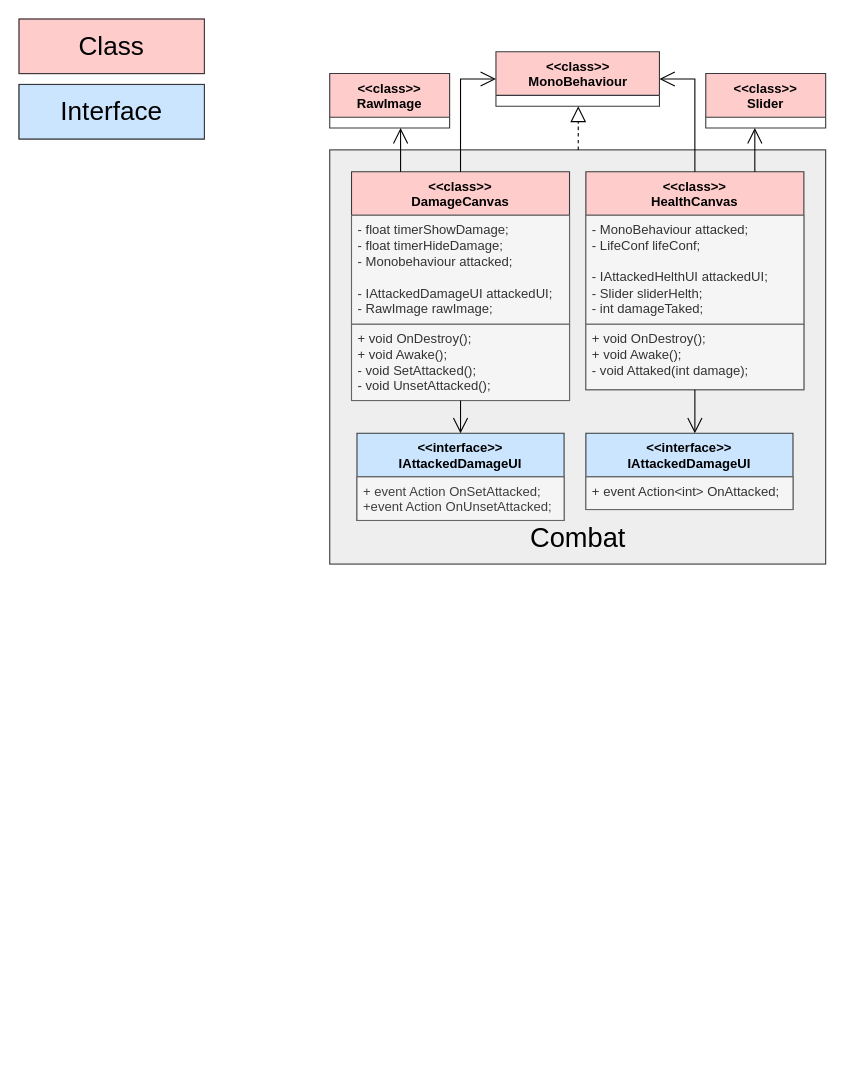
Before: doc/Class_Diagram_UI.drawio in OGecgo/TheCatCult, a draw.io diagram. Source tidied: cells renumbered, new cells numbered last; positions are measured from the earlier drawing's top-left corner, leaving out a move shared by most shapes. Both pictures are drawn from the tidied source at 109%, with x=0, y=0 at pixel (19, 19).
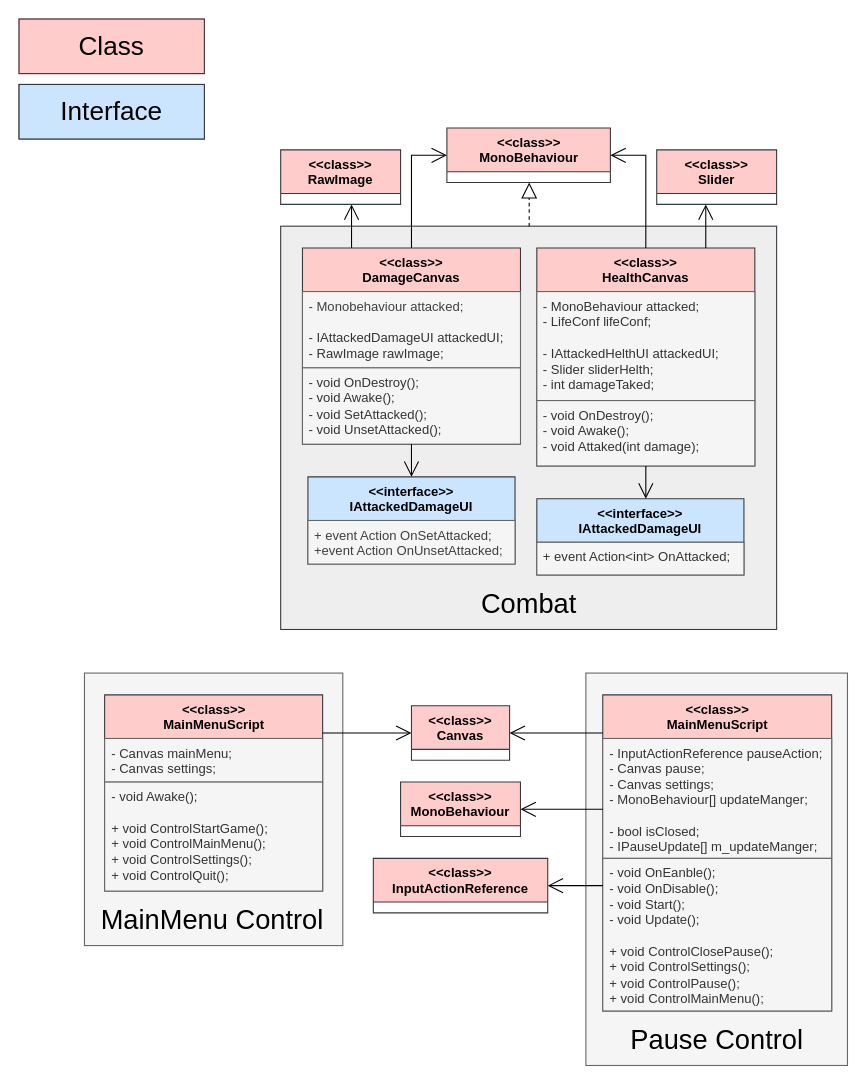
After the change.

Change to the diagram source:
```diff
@@
-    <mxCell id="2" style="rounded=0;whiteSpace=wrap;html=1;fillColor=#eeeeee;strokeColor=#36393d;" parent="1" vertex="1">
-      <mxGeometry x="285" y="120" width="455" height="380" as="geometry" />
-    </mxCell>
-    <mxCell id="3" value="&lt;div&gt;&amp;lt;&amp;lt;class&amp;gt;&amp;gt;&lt;/div&gt;&lt;div&gt;DamageCanvas&lt;/div&gt;" style="swimlane;fontStyle=1;align=center;verticalAlign=top;horizontal=1;startSize=40;whiteSpace=wrap;html=1;fillColor=#ffcccc;strokeColor=#36393d;" parent="1" vertex="1">
-      <mxGeometry x="305" y="140" width="200" height="210" as="geometry" />
-    </mxCell>
-    <mxCell id="4" value="&lt;div&gt;&lt;div&gt;- float timerShowDamage;&lt;/div&gt;&lt;/div&gt;&lt;div&gt;- float timerHideDamage;&lt;/div&gt;&lt;div&gt;- Monobehaviour attacked;&lt;/div&gt;&lt;div&gt;&lt;br&gt;&lt;/div&gt;&lt;div&gt;- IAttackedDamageUI attackedUI;&lt;/div&gt;&lt;div&gt;- RawImage rawImage;&lt;/div&gt;" style="text;align=left;verticalAlign=top;spacingLeft=4;spacingRight=4;overflow=hidden;whiteSpace=wrap;html=1;fillColor=#f5f5f5;fontColor=#333333;strokeColor=#666666;" parent="3" vertex="1">
-      <mxGeometry y="40" width="200" height="100" as="geometry" />
-    </mxCell>
-    <mxCell id="5" value="&lt;div&gt;&lt;div&gt;+ void OnDestroy();&lt;/div&gt;&lt;/div&gt;&lt;div&gt;+ void Awake();&lt;/div&gt;&lt;div&gt;- void SetAttacked();&lt;/div&gt;&lt;div&gt;- void UnsetAttacked();&lt;/div&gt;" style="text;align=left;verticalAlign=top;spacingLeft=4;spacingRight=4;overflow=hidden;whiteSpace=wrap;html=1;fillColor=#f5f5f5;fontColor=#333333;strokeColor=#666666;" parent="3" vertex="1">
-      <mxGeometry y="140" width="200" height="70" as="geometry" />
-    </mxCell>
@@
+    <mxCell id="30" style="group;" parent="1" vertex="1">
+      <mxGeometry x="240" y="100" width="455" height="460" as="geometry" />
+    </mxCell>
+    <mxCell id="2" style="rounded=0;whiteSpace=wrap;html=1;fillColor=#eeeeee;strokeColor=#36393d;" parent="30" vertex="1">
+      <mxGeometry y="90" width="455" height="370" as="geometry" />
+    </mxCell>
+    <mxCell id="3" value="&lt;div&gt;&amp;lt;&amp;lt;class&amp;gt;&amp;gt;&lt;/div&gt;&lt;div&gt;DamageCanvas&lt;/div&gt;" style="swimlane;fontStyle=1;align=center;verticalAlign=top;horizontal=1;startSize=40;whiteSpace=wrap;html=1;fillColor=#ffcccc;strokeColor=#36393d;" parent="30" vertex="1">
+      <mxGeometry x="20" y="110" width="200" height="180" as="geometry" />
+    </mxCell>
+    <mxCell id="4" value="&lt;div&gt;&lt;div&gt;&lt;span style=&quot;background-color: transparent; color: rgb(63, 63, 63);&quot;&gt;- Monobehaviour attacked;&lt;/span&gt;&lt;/div&gt;&lt;/div&gt;&lt;div&gt;&lt;br&gt;&lt;/div&gt;&lt;div&gt;- IAttackedDamageUI attackedUI;&lt;/div&gt;&lt;div&gt;- RawImage rawImage;&lt;/div&gt;" style="text;align=left;verticalAlign=top;spacingLeft=4;spacingRight=4;overflow=hidden;whiteSpace=wrap;html=1;fillColor=#f5f5f5;fontColor=#333333;strokeColor=#666666;" parent="3" vertex="1">
+      <mxGeometry y="40" width="200" height="70" as="geometry" />
+    </mxCell>
+    <mxCell id="5" value="&lt;div&gt;&lt;div&gt;- void OnDestroy();&lt;/div&gt;&lt;/div&gt;&lt;div&gt;- void Awake();&lt;/div&gt;&lt;div&gt;- void SetAttacked();&lt;/div&gt;&lt;div&gt;- void UnsetAttacked();&lt;/div&gt;" style="text;align=left;verticalAlign=top;spacingLeft=4;spacingRight=4;overflow=hidden;whiteSpace=wrap;html=1;fillColor=#f5f5f5;fontColor=#333333;strokeColor=#666666;" parent="3" vertex="1">
+      <mxGeometry y="110" width="200" height="70" as="geometry" />
+    </mxCell>
-    <mxCell id="12" value="&lt;div&gt;&amp;lt;&amp;lt;class&amp;gt;&amp;gt;&lt;/div&gt;&lt;div&gt;MonoBehaviour&lt;/div&gt;" style="swimlane;fontStyle=1;align=center;verticalAlign=top;horizontal=1;startSize=40;whiteSpace=wrap;html=1;fillColor=#ffcccc;strokeColor=#36393d;" parent="1" vertex="1">
-      <mxGeometry x="437.5" y="30" width="150" height="50" as="geometry" />
+    <mxCell id="12" value="&lt;div&gt;&amp;lt;&amp;lt;class&amp;gt;&amp;gt;&lt;/div&gt;&lt;div&gt;MonoBehaviour&lt;/div&gt;" style="swimlane;fontStyle=1;align=center;verticalAlign=top;horizontal=1;startSize=40;whiteSpace=wrap;html=1;fillColor=#ffcccc;strokeColor=#36393d;" parent="30" vertex="1">
+      <mxGeometry x="152.5" width="150" height="50" as="geometry" />
     </mxCell>
-    <mxCell id="13" value="&lt;div&gt;&amp;lt;&amp;lt;interface&amp;gt;&amp;gt;&lt;/div&gt;&lt;div&gt;IAttackedDamageUI&lt;/div&gt;" style="swimlane;fontStyle=1;align=center;verticalAlign=top;horizontal=1;startSize=40;whiteSpace=wrap;html=1;fillColor=#cce5ff;strokeColor=#36393d;" parent="1" vertex="1">
-      <mxGeometry x="310" y="380" width="190" height="80" as="geometry" />
+    <mxCell id="13" value="&lt;div&gt;&amp;lt;&amp;lt;interface&amp;gt;&amp;gt;&lt;/div&gt;&lt;div&gt;IAttackedDamageUI&lt;/div&gt;" style="swimlane;fontStyle=1;align=center;verticalAlign=top;horizontal=1;startSize=40;whiteSpace=wrap;html=1;fillColor=#cce5ff;strokeColor=#36393d;" parent="30" vertex="1">
+      <mxGeometry x="25" y="320" width="190" height="80" as="geometry" />
     </mxCell>
@@
-    <mxCell id="15" value="Combat" style="text;html=1;align=center;verticalAlign=middle;whiteSpace=wrap;rounded=0;fontSize=25;" parent="1" vertex="1">
-      <mxGeometry x="427.5" y="460" width="170" height="30" as="geometry" />
+    <mxCell id="15" value="Combat" style="text;html=1;align=center;verticalAlign=middle;whiteSpace=wrap;rounded=0;fontSize=25;" parent="30" vertex="1">
+      <mxGeometry x="142.5" y="420" width="170" height="30" as="geometry" />
     </mxCell>
-    <mxCell id="16" value="&lt;div&gt;&amp;lt;&amp;lt;class&amp;gt;&amp;gt;&lt;/div&gt;&lt;div&gt;RawImage&lt;/div&gt;" style="swimlane;fontStyle=1;align=center;verticalAlign=top;horizontal=1;startSize=40;whiteSpace=wrap;html=1;fillColor=#ffcccc;strokeColor=#36393d;" parent="1" vertex="1">
-      <mxGeometry x="285" y="50" width="110" height="50" as="geometry" />
+    <mxCell id="16" value="&lt;div&gt;&amp;lt;&amp;lt;class&amp;gt;&amp;gt;&lt;/div&gt;&lt;div&gt;RawImage&lt;/div&gt;" style="swimlane;fontStyle=1;align=center;verticalAlign=top;horizontal=1;startSize=40;whiteSpace=wrap;html=1;fillColor=#ffcccc;strokeColor=#36393d;" parent="30" vertex="1">
+      <mxGeometry y="20" width="110" height="50" as="geometry" />
     </mxCell>
-    <mxCell id="17" style="edgeStyle=elbowEdgeStyle;html=1;endSize=12;endArrow=open;endFill=0;rounded=0;elbow=vertical;" parent="1" edge="1" source="3" target="13">
+    <mxCell id="17" style="edgeStyle=elbowEdgeStyle;html=1;endSize=12;endArrow=open;endFill=0;rounded=0;elbow=vertical;" parent="30" edge="1" source="3" target="13">
       <mxGeometry relative="1" as="geometry">
         <Array as="points">
-          <mxPoint x="405" y="360" />
+          <mxPoint x="120" y="330" />
         </Array>
       </mxGeometry>
     </mxCell>
-    <mxCell id="18" style="html=1;endSize=12;endArrow=open;endFill=0;rounded=0;edgeStyle=elbowEdgeStyle;" parent="1" edge="1" source="3" target="16">
+    <mxCell id="18" style="html=1;endSize=12;endArrow=open;endFill=0;rounded=0;edgeStyle=elbowEdgeStyle;" parent="30" edge="1" source="3" target="16">
       <mxGeometry relative="1" as="geometry" />
     </mxCell>
-    <mxCell id="19" style="html=1;endSize=12;endArrow=open;endFill=0;rounded=0;edgeStyle=elbowEdgeStyle;" parent="1" edge="1" source="3" target="12">
+    <mxCell id="19" style="html=1;endSize=12;endArrow=open;endFill=0;rounded=0;edgeStyle=elbowEdgeStyle;" parent="30" edge="1" source="3" target="12">
       <mxGeometry relative="1" as="geometry">
         <Array as="points">
-          <mxPoint x="405" y="150" />
+          <mxPoint x="120" y="120" />
         </Array>
       </mxGeometry>
     </mxCell>
-    <mxCell id="20" value="&lt;div&gt;&amp;lt;&amp;lt;class&amp;gt;&amp;gt;&lt;/div&gt;&lt;div&gt;HealthCanvas&lt;/div&gt;" style="swimlane;fontStyle=1;align=center;verticalAlign=top;horizontal=1;startSize=40;whiteSpace=wrap;html=1;fillColor=#ffcccc;strokeColor=#36393d;" parent="1" vertex="1">
-      <mxGeometry x="520" y="140" width="200" height="200" as="geometry" />
+    <mxCell id="20" value="&lt;div&gt;&amp;lt;&amp;lt;class&amp;gt;&amp;gt;&lt;/div&gt;&lt;div&gt;HealthCanvas&lt;/div&gt;" style="swimlane;fontStyle=1;align=center;verticalAlign=top;horizontal=1;startSize=40;whiteSpace=wrap;html=1;fillColor=#ffcccc;strokeColor=#36393d;" parent="30" vertex="1">
+      <mxGeometry x="235" y="110" width="200" height="200" as="geometry" />
     </mxCell>
@@
-    <mxCell id="22" value="&lt;div&gt;&lt;div&gt;+ void OnDestroy();&lt;/div&gt;&lt;/div&gt;&lt;div&gt;+ void Awake();&lt;/div&gt;&lt;div&gt;- void Attaked(int damage);&lt;/div&gt;" style="text;align=left;verticalAlign=top;spacingLeft=4;spacingRight=4;overflow=hidden;whiteSpace=wrap;html=1;fillColor=#f5f5f5;fontColor=#333333;strokeColor=#666666;" parent="20" vertex="1">
+    <mxCell id="22" value="&lt;div&gt;&lt;div&gt;- void OnDestroy();&lt;/div&gt;&lt;/div&gt;&lt;div&gt;- void Awake();&lt;/div&gt;&lt;div&gt;- void Attaked(int damage);&lt;/div&gt;" style="text;align=left;verticalAlign=top;spacingLeft=4;spacingRight=4;overflow=hidden;whiteSpace=wrap;html=1;fillColor=#f5f5f5;fontColor=#333333;strokeColor=#666666;" parent="20" vertex="1">
       <mxGeometry y="140" width="200" height="60" as="geometry" />
     </mxCell>
-    <mxCell id="23" value="&lt;div&gt;&amp;lt;&amp;lt;interface&amp;gt;&amp;gt;&lt;/div&gt;&lt;div&gt;IAttackedDamageUI&lt;/div&gt;" style="swimlane;fontStyle=1;align=center;verticalAlign=top;horizontal=1;startSize=40;whiteSpace=wrap;html=1;fillColor=#cce5ff;strokeColor=#36393d;" parent="1" vertex="1">
-      <mxGeometry x="520" y="380" width="190" height="70" as="geometry" />
+    <mxCell id="23" value="&lt;div&gt;&amp;lt;&amp;lt;interface&amp;gt;&amp;gt;&lt;/div&gt;&lt;div&gt;IAttackedDamageUI&lt;/div&gt;" style="swimlane;fontStyle=1;align=center;verticalAlign=top;horizontal=1;startSize=40;whiteSpace=wrap;html=1;fillColor=#cce5ff;strokeColor=#36393d;" parent="30" vertex="1">
+      <mxGeometry x="235" y="340" width="190" height="70" as="geometry" />
     </mxCell>
@@
-    <mxCell id="25" style="edgeStyle=elbowEdgeStyle;html=1;endSize=12;endArrow=open;endFill=0;rounded=0;elbow=vertical;" parent="1" edge="1" source="20" target="23">
+    <mxCell id="25" style="edgeStyle=elbowEdgeStyle;html=1;endSize=12;endArrow=open;endFill=0;rounded=0;elbow=vertical;" parent="30" edge="1" source="20" target="23">
       <mxGeometry relative="1" as="geometry">
         <Array as="points">
-          <mxPoint x="610" y="320" />
+          <mxPoint x="325" y="290" />
         </Array>
       </mxGeometry>
     </mxCell>
-    <mxCell id="26" style="edgeStyle=elbowEdgeStyle;html=1;endSize=12;dashed=1;endArrow=block;endFill=0;" parent="1" edge="1" source="2" target="12">
+    <mxCell id="26" style="edgeStyle=elbowEdgeStyle;html=1;endSize=12;dashed=1;endArrow=block;endFill=0;" parent="30" edge="1" source="2" target="12">
       <mxGeometry relative="1" as="geometry" />
     </mxCell>
-    <mxCell id="27" value="&lt;div&gt;&amp;lt;&amp;lt;class&amp;gt;&amp;gt;&lt;/div&gt;&lt;div&gt;Slider&lt;/div&gt;" style="swimlane;fontStyle=1;align=center;verticalAlign=top;horizontal=1;startSize=40;whiteSpace=wrap;html=1;fillColor=#ffcccc;strokeColor=#36393d;" parent="1" vertex="1">
-      <mxGeometry x="630" y="50" width="110" height="50" as="geometry" />
+    <mxCell id="27" value="&lt;div&gt;&amp;lt;&amp;lt;class&amp;gt;&amp;gt;&lt;/div&gt;&lt;div&gt;Slider&lt;/div&gt;" style="swimlane;fontStyle=1;align=center;verticalAlign=top;horizontal=1;startSize=40;whiteSpace=wrap;html=1;fillColor=#ffcccc;strokeColor=#36393d;" parent="30" vertex="1">
+      <mxGeometry x="345" y="20" width="110" height="50" as="geometry" />
     </mxCell>
-    <mxCell id="28" style="html=1;endSize=12;endArrow=open;endFill=0;rounded=0;edgeStyle=elbowEdgeStyle;" parent="1" edge="1" source="20" target="12">
+    <mxCell id="28" style="html=1;endSize=12;endArrow=open;endFill=0;rounded=0;edgeStyle=elbowEdgeStyle;" parent="30" edge="1" source="20" target="12">
       <mxGeometry relative="1" as="geometry">
         <Array as="points">
-          <mxPoint x="620" y="110" />
+          <mxPoint x="335" y="80" />
         </Array>
       </mxGeometry>
     </mxCell>
-    <mxCell id="29" style="html=1;endSize=12;endArrow=open;endFill=0;rounded=0;edgeStyle=elbowEdgeStyle;" parent="1" edge="1" source="20" target="27">
+    <mxCell id="29" style="html=1;endSize=12;endArrow=open;endFill=0;rounded=0;edgeStyle=elbowEdgeStyle;" parent="30" edge="1" source="20" target="27">
       <mxGeometry relative="1" as="geometry" />
     </mxCell>
+    <mxCell id="31" style="rounded=0;whiteSpace=wrap;html=1;fillColor=#f5f5f5;fontColor=#333333;strokeColor=#666666;" parent="1" vertex="1">
+      <mxGeometry x="60" y="600" width="237" height="250" as="geometry" />
+    </mxCell>
+    <mxCell id="32" value="&lt;div&gt;&amp;lt;&amp;lt;class&amp;gt;&amp;gt;&lt;/div&gt;&lt;div&gt;MainMenuScript&lt;/div&gt;" style="swimlane;fontStyle=1;align=center;verticalAlign=top;horizontal=1;startSize=40;whiteSpace=wrap;html=1;fillColor=#ffcccc;strokeColor=#36393d;" parent="1" vertex="1">
+      <mxGeometry x="78.5" y="620" width="200" height="180" as="geometry" />
+    </mxCell>
+    <mxCell id="33" value="- Canvas mainMenu;&lt;div&gt;- Canvas settings;&lt;/div&gt;" style="text;align=left;verticalAlign=top;spacingLeft=4;spacingRight=4;overflow=hidden;whiteSpace=wrap;html=1;fillColor=#f5f5f5;fontColor=#333333;strokeColor=#666666;" parent="32" vertex="1">
+      <mxGeometry y="40" width="200" height="40" as="geometry" />
+    </mxCell>
+    <mxCell id="34" value="&lt;div&gt;&lt;div&gt;- void Awake();&lt;/div&gt;&lt;/div&gt;&lt;div&gt;&lt;br&gt;&lt;/div&gt;&lt;div&gt;+ void ControlStartGame();&lt;/div&gt;&lt;div&gt;+ void ControlMainMenu();&lt;/div&gt;&lt;div&gt;+ void ControlSettings();&lt;/div&gt;&lt;div&gt;+ void ControlQuit();&lt;/div&gt;" style="text;align=left;verticalAlign=top;spacingLeft=4;spacingRight=4;overflow=hidden;whiteSpace=wrap;html=1;fillColor=#f5f5f5;fontColor=#333333;strokeColor=#666666;" parent="32" vertex="1">
+      <mxGeometry y="80" width="200" height="100" as="geometry" />
+    </mxCell>
+    <mxCell id="35" value="MainMenu Control" style="text;html=1;align=center;verticalAlign=middle;whiteSpace=wrap;rounded=0;fontSize=25;" parent="1" vertex="1">
+      <mxGeometry x="60" y="810" width="235" height="30" as="geometry" />
+    </mxCell>
+    <mxCell id="36" style="rounded=0;whiteSpace=wrap;html=1;fillColor=#f5f5f5;fontColor=#333333;strokeColor=#666666;" parent="1" vertex="1">
+      <mxGeometry x="520" y="600" width="240" height="360" as="geometry" />
+    </mxCell>
+    <mxCell id="37" value="&lt;div&gt;&amp;lt;&amp;lt;class&amp;gt;&amp;gt;&lt;/div&gt;&lt;div&gt;MainMenuScript&lt;/div&gt;" style="swimlane;fontStyle=1;align=center;verticalAlign=top;horizontal=1;startSize=40;whiteSpace=wrap;html=1;fillColor=#ffcccc;strokeColor=#36393d;" parent="1" vertex="1">
+      <mxGeometry x="535.5" y="620" width="210" height="290" as="geometry" />
+    </mxCell>
+    <mxCell id="38" value="- InputActionReference pauseAction;&lt;div&gt;- Canvas pause;&lt;/div&gt;&lt;div&gt;- Canvas settings;&lt;/div&gt;&lt;div&gt;- MonoBehaviour[] updateManger;&lt;/div&gt;&lt;div&gt;&lt;br&gt;&lt;/div&gt;&lt;div&gt;- bool isClosed;&lt;/div&gt;&lt;div&gt;- IPauseUpdate[] m_updateManger;&lt;/div&gt;" style="text;align=left;verticalAlign=top;spacingLeft=4;spacingRight=4;overflow=hidden;whiteSpace=wrap;html=1;fillColor=#f5f5f5;fontColor=#333333;strokeColor=#666666;" parent="37" vertex="1">
+      <mxGeometry y="40" width="210" height="110" as="geometry" />
+    </mxCell>
+    <mxCell id="39" value="- void OnEanble();&lt;div&gt;- void OnDisable();&lt;/div&gt;&lt;div&gt;- void Start();&lt;/div&gt;&lt;div&gt;- void Update();&lt;/div&gt;&lt;div&gt;&lt;br&gt;&lt;/div&gt;&lt;div&gt;+ void ControlClosePause();&lt;/div&gt;&lt;div&gt;+ void ControlSettings();&lt;/div&gt;&lt;div&gt;+ void ControlPause();&lt;/div&gt;&lt;div&gt;+ void ControlMainMenu();&lt;/div&gt;" style="text;align=left;verticalAlign=top;spacingLeft=4;spacingRight=4;overflow=hidden;whiteSpace=wrap;html=1;fillColor=#f5f5f5;fontColor=#333333;strokeColor=#666666;" parent="37" vertex="1">
+      <mxGeometry y="150" width="210" height="140" as="geometry" />
+    </mxCell>
+    <mxCell id="40" value="Pause Control" style="text;html=1;align=center;verticalAlign=middle;whiteSpace=wrap;rounded=0;fontSize=25;" parent="1" vertex="1">
+      <mxGeometry x="523" y="920" width="235" height="30" as="geometry" />
+    </mxCell>
+    <mxCell id="41" value="&lt;div&gt;&amp;lt;&amp;lt;class&amp;gt;&amp;gt;&lt;/div&gt;&lt;div&gt;MonoBehaviour&lt;/div&gt;" style="swimlane;fontStyle=1;align=center;verticalAlign=top;horizontal=1;startSize=40;whiteSpace=wrap;html=1;fillColor=#ffcccc;strokeColor=#36393d;" parent="1" vertex="1">
+      <mxGeometry x="350" y="700" width="110" height="50" as="geometry" />
+    </mxCell>
+    <mxCell id="42" style="edgeStyle=elbowEdgeStyle;html=1;endSize=12;endArrow=open;endFill=0;rounded=0;elbow=vertical;" parent="1" edge="1" source="32" target="43">
+      <mxGeometry relative="1" as="geometry" />
+    </mxCell>
+    <mxCell id="43" value="&lt;div&gt;&amp;lt;&amp;lt;class&amp;gt;&amp;gt;&lt;/div&gt;&lt;div&gt;Canvas&lt;/div&gt;" style="swimlane;fontStyle=1;align=center;verticalAlign=top;horizontal=1;startSize=40;whiteSpace=wrap;html=1;fillColor=#ffcccc;strokeColor=#36393d;" parent="1" vertex="1">
+      <mxGeometry x="360" y="630" width="90" height="50" as="geometry" />
+    </mxCell>
+    <mxCell id="44" value="&lt;div&gt;&amp;lt;&amp;lt;class&amp;gt;&amp;gt;&lt;/div&gt;&lt;div&gt;InputActionReference&lt;/div&gt;" style="swimlane;fontStyle=1;align=center;verticalAlign=top;horizontal=1;startSize=40;whiteSpace=wrap;html=1;fillColor=#ffcccc;strokeColor=#36393d;" parent="1" vertex="1">
+      <mxGeometry x="325" y="770" width="160" height="50" as="geometry" />
+    </mxCell>
+    <mxCell id="45" style="edgeStyle=elbowEdgeStyle;html=1;endSize=12;endArrow=open;endFill=0;rounded=0;elbow=vertical;" parent="1" edge="1" source="37" target="44">
+      <mxGeometry relative="1" as="geometry" />
+    </mxCell>
+    <mxCell id="46" style="edgeStyle=elbowEdgeStyle;html=1;endSize=12;endArrow=open;endFill=0;rounded=0;elbow=vertical;" parent="1" edge="1" source="37" target="41">
+      <mxGeometry relative="1" as="geometry" />
+    </mxCell>
+    <mxCell id="47" style="edgeStyle=elbowEdgeStyle;html=1;endSize=12;endArrow=open;endFill=0;rounded=0;elbow=vertical;" parent="1" edge="1" source="37" target="43">
+      <mxGeometry relative="1" as="geometry" />
+    </mxCell>
```
